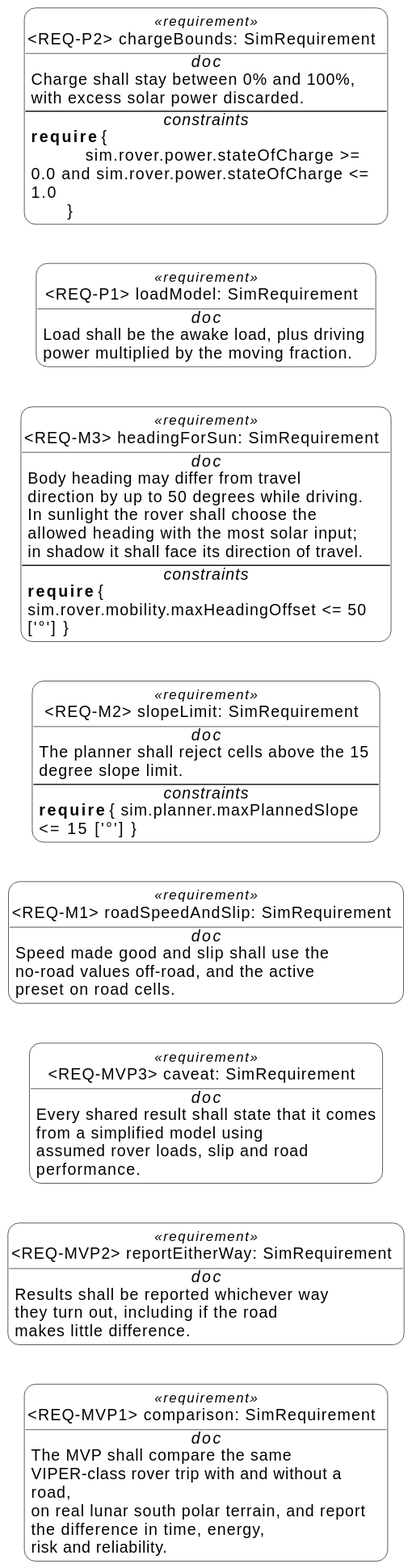
Above: diagrams/simulationRequirements1.svg in theonlyallana/lunar-road-mbse (PlantUML), before the change.
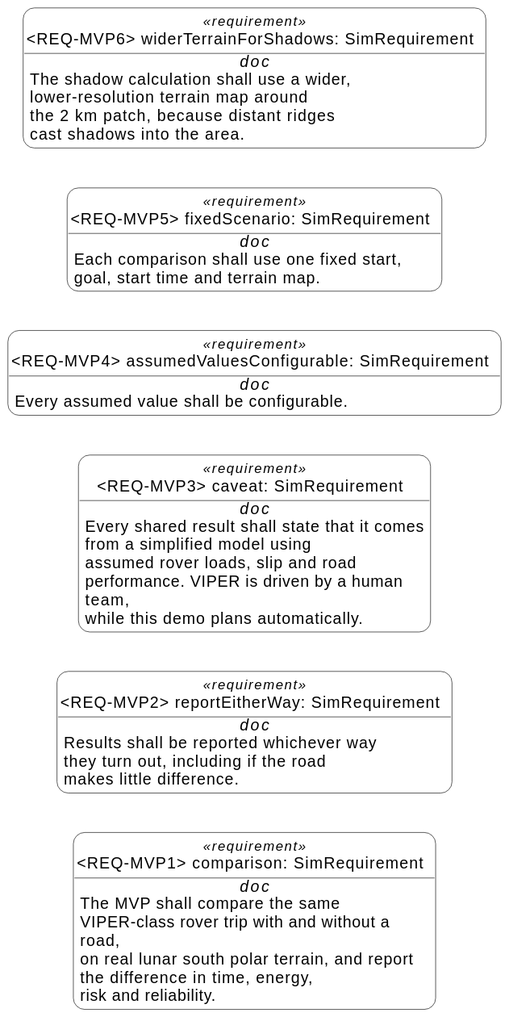
The same file after the commit.

What changed in the source:
```diff
@@ -5,45 +5,28 @@
 hide circle
 left to right direction
 
-comp usage "~<REQ-MVP1> comparison: SimRequirement  " as E1  <<(T,blue) requirement>> [[psysml:156cc258-16d6-4385-855c-a50f0f33bdae ]] {
+comp usage "~<REQ-MVP1> comparison: SimRequirement  " as E1  <<(T,blue) requirement>> [[psysml:32d07b2a-c212-42b9-8948-319754579d63 ]] {
 ##//doc//##
 The MVP shall compare the same VIPER<U+002D>class rover trip with and without a road,\non real lunar south polar terrain, and report the difference in time, energy,\nrisk and reliability.
 }
-comp usage "~<REQ-MVP2> reportEitherWay: SimRequirement  " as E2  <<(T,blue) requirement>> [[psysml:71a96a23-3369-40d2-b098-ec7c3ec73e4a ]] {
+comp usage "~<REQ-MVP2> reportEitherWay: SimRequirement  " as E2  <<(T,blue) requirement>> [[psysml:b2330d26-9cac-4fc7-918d-986f952edd59 ]] {
 ##//doc//##
 Results shall be reported whichever way they turn out, including if the road\nmakes little difference.
 }
-comp usage "~<REQ-MVP3> caveat: SimRequirement  " as E3  <<(T,blue) requirement>> [[psysml:c49126cf-8b1a-4fcf-adbc-95fd128f5b81 ]] {
+comp usage "~<REQ-MVP3> caveat: SimRequirement  " as E3  <<(T,blue) requirement>> [[psysml:896116e1-a228-4809-acb0-425dae437b80 ]] {
 ##//doc//##
-Every shared result shall state that it comes from a simplified model using\nassumed rover loads, slip and road performance.
+Every shared result shall state that it comes from a simplified model using\nassumed rover loads, slip and road performance. VIPER is driven by a human team,\nwhile this demo plans automatically.
 }
-comp usage "~<REQ-M1> roadSpeedAndSlip: SimRequirement  " as E4  <<(T,blue) requirement>> [[psysml:37443c23-cf16-4005-b740-4064a7fee761 ]] {
+comp usage "~<REQ-MVP4> assumedValuesConfigurable: SimRequirement  " as E4  <<(T,blue) requirement>> [[psysml:435b2943-cf68-488e-bd54-19330f285b51 ]] {
 ##//doc//##
-Speed made good and slip shall use the no<U+002D>road values off<U+002D>road, and the active\npreset on road cells.
+Every assumed value shall be configurable.
 }
-comp usage "~<REQ-M2> slopeLimit: SimRequirement  " as E5  <<(T,blue) requirement>> [[psysml:d4b70fa6-bbb6-4f74-97f5-2742f051f3ef ]] {
+comp usage "~<REQ-MVP5> fixedScenario: SimRequirement  " as E5  <<(T,blue) requirement>> [[psysml:805957c5-5d6d-4e60-8fa9-2f81acf24238 ]] {
 ##//doc//##
-The planner shall reject cells above the 15 degree slope limit.
---
-##//constraints//##
-<b>require</b> { sim.planner.maxPlannedSlope <U+003C><U+003D> 15 [<U+0027>°<U+0027>] }
+Each comparison shall use one fixed start, goal, start time and terrain map.
 }
-comp usage "~<REQ-M3> headingForSun: SimRequirement  " as E6  <<(T,blue) requirement>> [[psysml:9177ded7-9a35-4d4d-ab3b-0148c6c5427f ]] {
+comp usage "~<REQ-MVP6> widerTerrainForShadows: SimRequirement  " as E6  <<(T,blue) requirement>> [[psysml:7fbc18f2-9036-4c48-a980-b612b194bfc9 ]] {
 ##//doc//##
-Body heading may differ from travel direction by up to 50 degrees while driving.\nIn sunlight the rover shall choose the allowed heading with the most solar input;\nin shadow it shall face its direction of travel.
---
-##//constraints//##
-<b>require</b> { sim.rover.mobility.maxHeadingOffset <U+003C><U+003D> 50 [<U+0027>°<U+0027>] }
-}
-comp usage "~<REQ-P1> loadModel: SimRequirement  " as E7  <<(T,blue) requirement>> [[psysml:27fd10b7-9c05-4aa8-b492-5187abf8c314 ]] {
-##//doc//##
-Load shall be the awake load, plus driving power multiplied by the moving fraction.
-}
-comp usage "~<REQ-P2> chargeBounds: SimRequirement  " as E8  <<(T,blue) requirement>> [[psysml:602c8bc2-c396-4a2d-880b-41605f03ef28 ]] {
-##//doc//##
-Charge shall stay between 0% and 100%, with excess solar power discarded.
---
-##//constraints//##
-<b>require</b> {\n            sim.rover.power.stateOfCharge ><U+003D> 0.0 and sim.rover.power.stateOfCharge <U+003C><U+003D> 1.0\n        }
+The shadow calculation shall use a wider, lower<U+002D>resolution terrain map around\nthe 2 km patch, because distant ridges cast shadows into the area.
 }
 @enduml
```
